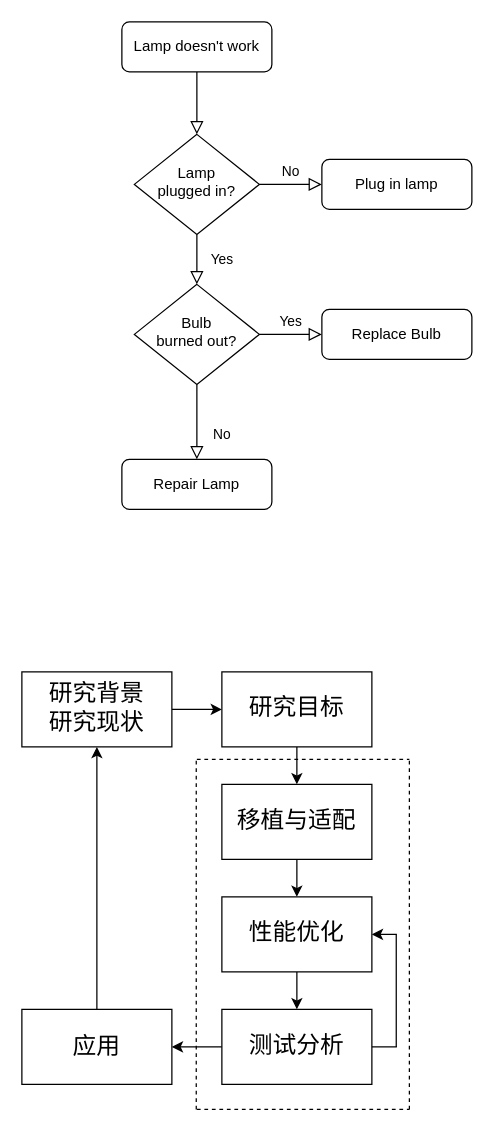
luluZoe/MMseqs2 keeps this draw.io diagram as 未命名绘图.drawio. Above is the earlier version. Source tidied: cells renumbered, new cells numbered last; positions are measured from the earlier drawing's top-left corner, leaving out a move shared by most shapes. Both pictures are drawn from the tidied source at 125%, with x=0, y=0 at pixel (21, 21).
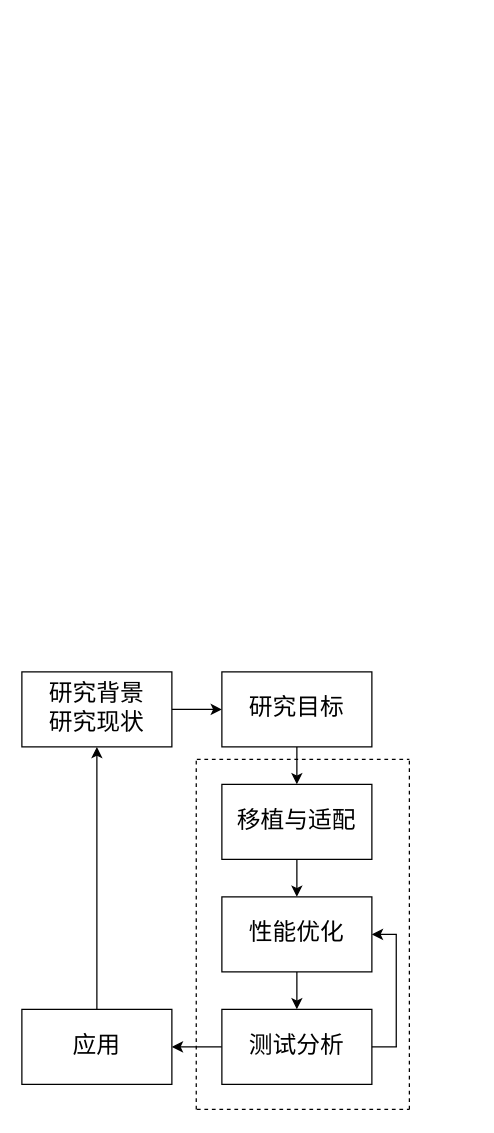
Above is the later version.

Commit message (it also covers changes not shown here):
更新未命名绘图.drawio

The edit, as a diff of the source:
```diff
@@
-    <mxCell id="2" style="rounded=0;html=1;jettySize=auto;fontSize=11;endArrow=block;endFill=0;endSize=8;strokeWidth=1;shadow=0;labelBackgroundColor=none;edgeStyle=orthogonalEdgeStyle;" parent="1" edge="1" source="3" target="6">
-      <mxGeometry relative="1" as="geometry" />
-    </mxCell>
-    <mxCell id="3" value="Lamp doesn't work" style="rounded=1;whiteSpace=wrap;html=1;fontSize=12;glass=0;strokeWidth=1;shadow=0;" parent="1" vertex="1">
-      <mxGeometry x="80" width="120" height="40" as="geometry" />
-    </mxCell>
-    <mxCell id="4" value="Yes" style="rounded=0;html=1;jettySize=auto;fontSize=11;endArrow=block;endFill=0;endSize=8;strokeWidth=1;shadow=0;labelBackgroundColor=none;edgeStyle=orthogonalEdgeStyle;" parent="1" edge="1" source="6" target="10">
-      <mxGeometry y="20" relative="1" as="geometry" />
-    </mxCell>
-    <mxCell id="5" value="No" style="edgeStyle=orthogonalEdgeStyle;rounded=0;html=1;jettySize=auto;fontSize=11;endArrow=block;endFill=0;endSize=8;strokeWidth=1;shadow=0;labelBackgroundColor=none;" parent="1" edge="1" source="6" target="7">
-      <mxGeometry y="10" relative="1" as="geometry" />
-    </mxCell>
-    <mxCell id="6" value="Lamp&lt;br&gt;plugged in?" style="rhombus;whiteSpace=wrap;html=1;shadow=0;fontFamily=Helvetica;fontSize=12;align=center;strokeWidth=1;spacing=6;spacingTop=-4;" parent="1" vertex="1">
-      <mxGeometry x="90" y="90" width="100" height="80" as="geometry" />
-    </mxCell>
-    <mxCell id="7" value="Plug in lamp" style="rounded=1;whiteSpace=wrap;html=1;fontSize=12;glass=0;strokeWidth=1;shadow=0;" parent="1" vertex="1">
-      <mxGeometry x="240" y="110" width="120" height="40" as="geometry" />
-    </mxCell>
-    <mxCell id="8" value="No" style="rounded=0;html=1;jettySize=auto;fontSize=11;endArrow=block;endFill=0;endSize=8;strokeWidth=1;shadow=0;labelBackgroundColor=none;edgeStyle=orthogonalEdgeStyle;" parent="1" edge="1" source="10" target="11">
-      <mxGeometry x="0.33" y="20" relative="1" as="geometry" />
-    </mxCell>
-    <mxCell id="9" value="Yes" style="edgeStyle=orthogonalEdgeStyle;rounded=0;html=1;jettySize=auto;fontSize=11;endArrow=block;endFill=0;endSize=8;strokeWidth=1;shadow=0;labelBackgroundColor=none;" parent="1" edge="1" source="10" target="12">
-      <mxGeometry y="10" relative="1" as="geometry" />
-    </mxCell>
-    <mxCell id="10" value="Bulb&lt;br&gt;burned out?" style="rhombus;whiteSpace=wrap;html=1;shadow=0;fontFamily=Helvetica;fontSize=12;align=center;strokeWidth=1;spacing=6;spacingTop=-4;" parent="1" vertex="1">
-      <mxGeometry x="90" y="210" width="100" height="80" as="geometry" />
-    </mxCell>
-    <mxCell id="11" value="Repair Lamp" style="rounded=1;whiteSpace=wrap;html=1;fontSize=12;glass=0;strokeWidth=1;shadow=0;" parent="1" vertex="1">
-      <mxGeometry x="80" y="350" width="120" height="40" as="geometry" />
-    </mxCell>
-    <mxCell id="12" value="Replace Bulb" style="rounded=1;whiteSpace=wrap;html=1;fontSize=12;glass=0;strokeWidth=1;shadow=0;" parent="1" vertex="1">
-      <mxGeometry x="240" y="230" width="120" height="40" as="geometry" />
-    </mxCell>
@@
-    <mxCell id="23" value="&lt;font style=&quot;font-size: 19px;&quot;&gt;应用&lt;/font&gt;" style="rounded=0;whiteSpace=wrap;html=1;" parent="1" vertex="1">
+    <mxCell id="23" value="&lt;pre&gt;&lt;font style=&quot;font-size: 19px;&quot;&gt;应用&lt;/font&gt;&lt;/pre&gt;" style="rounded=0;whiteSpace=wrap;html=1;" parent="1" vertex="1">
       <mxGeometry y="790" width="120" height="60" as="geometry" />
     </mxCell>
```
